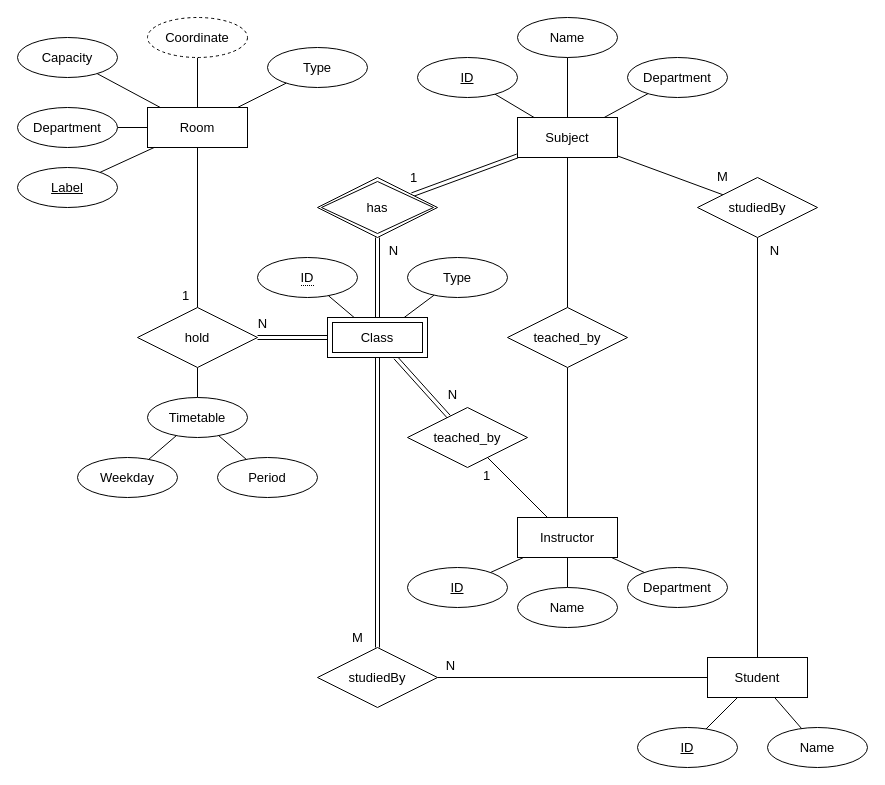
lehongduc200115/unitime-do-an keeps this draw.io diagram as page "ERD" (2 of 6) of draw.drawio. Above is the earlier version. Source tidied: cells renumbered, new cells numbered last; positions are measured from the earlier drawing's top-left corner, leaving out a move shared by most shapes. Both pictures are drawn from the tidied source at 100%, with x=0, y=0 at pixel (17, 17).
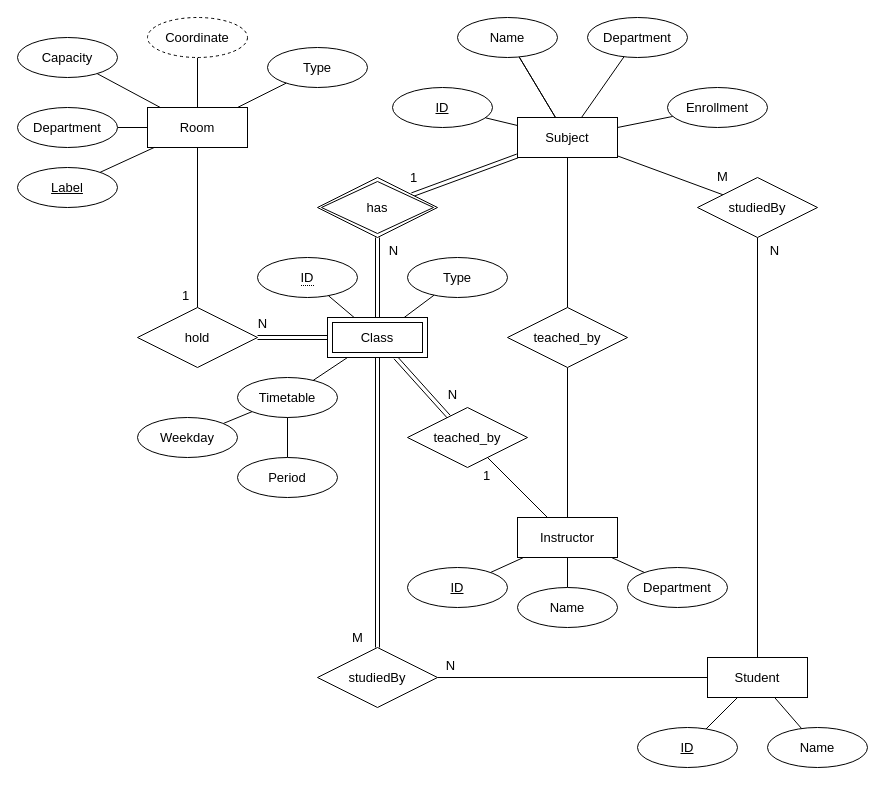
The same page after the edit.

Unchanged cells that the change refers to:
```xml
<mxCell id="13" value="Subject" style="whiteSpace=wrap;html=1;align=center;fontSize=13;" parent="1" vertex="1">
  <mxGeometry x="500" y="100" width="100" height="40" as="geometry" />
</mxCell>
<mxCell id="39" value="Class" style="shape=ext;margin=3;double=1;whiteSpace=wrap;html=1;align=center;fontFamily=Helvetica;fontSize=13;fontColor=rgb(0, 0, 0);strokeColor=rgb(0, 0, 0);fillColor=rgb(255, 255, 255);" parent="1" vertex="1">
  <mxGeometry x="310" y="300" width="100" height="40" as="geometry" />
</mxCell>
<mxCell id="52" value="hold" style="shape=rhombus;perimeter=rhombusPerimeter;whiteSpace=wrap;html=1;align=center;fontSize=13;" parent="1" vertex="1">
  <mxGeometry x="120" y="290" width="120" height="60" as="geometry" />
</mxCell>
```

What changed in the source:
```diff
@@
     <mxCell id="17" value="ID" style="ellipse;whiteSpace=wrap;html=1;align=center;fontStyle=4;fontSize=13;" parent="1" vertex="1">
-      <mxGeometry x="400" y="40" width="100" height="40" as="geometry" />
+      <mxGeometry x="375" y="70" width="100" height="40" as="geometry" />
     </mxCell>
@@
     <mxCell id="20" value="Department" style="ellipse;whiteSpace=wrap;html=1;align=center;fontSize=13;" parent="1" vertex="1">
-      <mxGeometry x="610" y="40" width="100" height="40" as="geometry" />
+      <mxGeometry x="570" width="100" height="40" as="geometry" />
     </mxCell>
@@
     <mxCell id="23" value="Name" style="ellipse;whiteSpace=wrap;html=1;align=center;fontSize=13;" parent="1" vertex="1">
-      <mxGeometry x="500" width="100" height="40" as="geometry" />
+      <mxGeometry x="440" width="100" height="40" as="geometry" />
     </mxCell>
@@
-    <mxCell id="36" style="edgeStyle=none;html=1;endArrow=none;endFill=0;fontSize=13;" parent="1" edge="1" source="52" target="44">
+    <mxCell id="36" style="edgeStyle=none;html=1;endArrow=none;endFill=0;fontSize=13;" parent="1" edge="1" source="39" target="44">
       <mxGeometry relative="1" as="geometry" />
     </mxCell>
@@
     <mxCell id="44" value="Timetable" style="ellipse;whiteSpace=wrap;html=1;align=center;fontFamily=Helvetica;fontSize=13;fontColor=rgb(0, 0, 0);strokeColor=rgb(0, 0, 0);fillColor=rgb(255, 255, 255);" parent="1" vertex="1">
-      <mxGeometry x="130" y="380" width="100" height="40" as="geometry" />
+      <mxGeometry x="220" y="360" width="100" height="40" as="geometry" />
     </mxCell>
@@
     <mxCell id="46" value="Period" style="ellipse;whiteSpace=wrap;html=1;align=center;fontFamily=Helvetica;fontSize=13;fontColor=rgb(0, 0, 0);strokeColor=rgb(0, 0, 0);fillColor=rgb(255, 255, 255);" parent="1" vertex="1">
-      <mxGeometry x="200" y="440" width="100" height="40" as="geometry" />
+      <mxGeometry x="220" y="440" width="100" height="40" as="geometry" />
     </mxCell>
@@
     <mxCell id="48" value="Weekday" style="ellipse;whiteSpace=wrap;html=1;align=center;fontFamily=Helvetica;fontSize=13;fontColor=rgb(0, 0, 0);strokeColor=rgb(0, 0, 0);fillColor=rgb(255, 255, 255);" parent="1" vertex="1">
-      <mxGeometry x="60" y="440" width="100" height="40" as="geometry" />
+      <mxGeometry x="120" y="400" width="100" height="40" as="geometry" />
     </mxCell>
@@
+    <mxCell id="63" style="edgeStyle=none;html=1;endArrow=none;endFill=0;" parent="1" edge="1" source="64" target="13">
+      <mxGeometry relative="1" as="geometry" />
+    </mxCell>
+    <mxCell id="64" value="Enrollment" style="ellipse;whiteSpace=wrap;html=1;align=center;fontSize=13;" parent="1" vertex="1">
+      <mxGeometry x="650" y="70" width="100" height="40" as="geometry" />
+    </mxCell>
```
